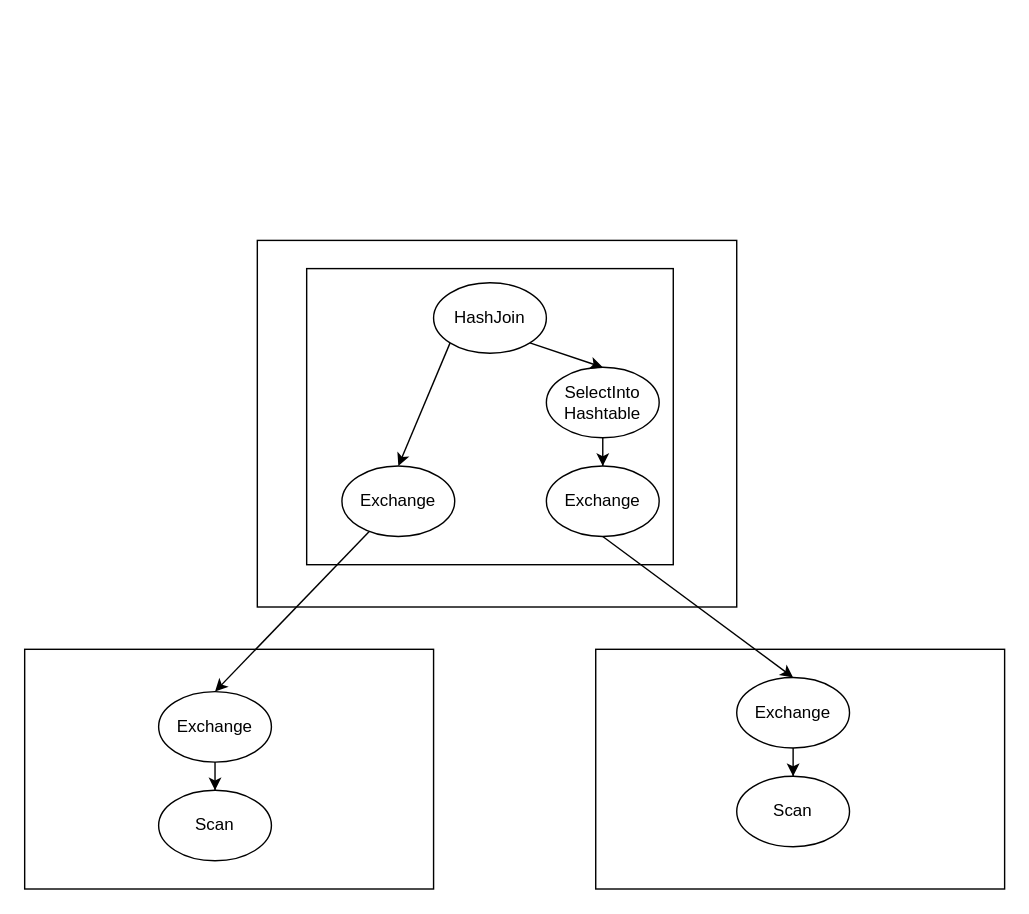
The draw.io diagram pic/未命名绘图.drawio in KaiSongXie/drawio, before the edit. Source tidied: cells renumbered, new cells numbered last; positions are measured from the earlier drawing's top-left corner, leaving out a move shared by most shapes. Both pictures are drawn from the tidied source at 141%, with x=0, y=0 at pixel (24, 240).
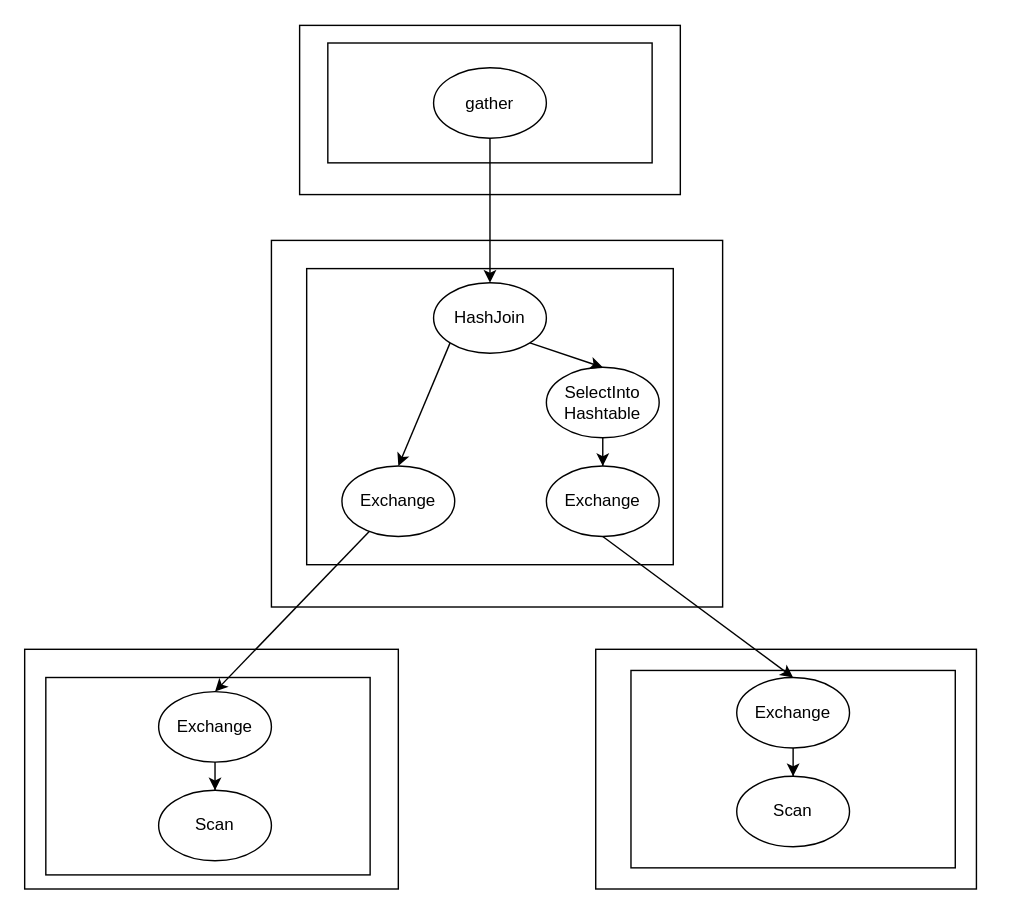
Above is the later version.

Unchanged cells that the change refers to:
```xml
<mxCell id="7" value="Exchange" style="ellipse;whiteSpace=wrap;html=1;" parent="1" vertex="1">
  <mxGeometry x="225" y="160" width="80" height="50" as="geometry" />
</mxCell>
<mxCell id="12" value="HashJoin" style="ellipse;whiteSpace=wrap;html=1;" parent="1" vertex="1">
  <mxGeometry x="290" y="30" width="80" height="50" as="geometry" />
</mxCell>
<mxCell id="16" value="Exchange" style="ellipse;whiteSpace=wrap;html=1;" parent="1" vertex="1">
  <mxGeometry x="95" y="320" width="80" height="50" as="geometry" />
</mxCell>
```

Diff of the diagram source:
```diff
@@
     <mxCell id="2" style="rounded=0;whiteSpace=wrap;html=1;" parent="1" vertex="1">
-      <mxGeometry x="405" y="290" width="290" height="170" as="geometry" />
+      <mxGeometry x="405" y="290" width="270" height="170" as="geometry" />
     </mxCell>
+    <mxCell id="21" style="rounded=0;whiteSpace=wrap;html=1;" parent="1" vertex="1">
+      <mxGeometry x="430" y="305" width="230" height="140" as="geometry" />
+    </mxCell>
     <mxCell id="3" style="rounded=0;whiteSpace=wrap;html=1;" parent="1" vertex="1">
-      <mxGeometry y="290" width="290" height="170" as="geometry" />
+      <mxGeometry y="290" width="265" height="170" as="geometry" />
     </mxCell>
     <mxCell id="4" style="rounded=0;whiteSpace=wrap;html=1;" parent="1" vertex="1">
-      <mxGeometry x="165" width="340" height="260" as="geometry" />
+      <mxGeometry x="175" width="320" height="260" as="geometry" />
     </mxCell>
@@
-    <mxCell id="6" style="rounded=0;jettySize=auto;html=1;entryX=0.5;entryY=0;entryDx=0;entryDy=0;" parent="1" edge="1" source="7" target="16">
-      <mxGeometry relative="1" as="geometry" />
-    </mxCell>
@@
+    <mxCell id="22" style="rounded=0;whiteSpace=wrap;html=1;" parent="1" vertex="1">
+      <mxGeometry x="15" y="310" width="230" height="140" as="geometry" />
+    </mxCell>
+    <mxCell id="6" style="rounded=0;jettySize=auto;html=1;entryX=0.5;entryY=0;entryDx=0;entryDy=0;" parent="1" edge="1" source="7" target="16">
+      <mxGeometry relative="1" as="geometry" />
+    </mxCell>
@@
+    <mxCell id="23" style="rounded=0;whiteSpace=wrap;html=1;" parent="1" vertex="1">
+      <mxGeometry x="195" y="-152.5" width="270" height="120" as="geometry" />
+    </mxCell>
+    <mxCell id="24" style="rounded=0;whiteSpace=wrap;html=1;" parent="1" vertex="1">
+      <mxGeometry x="215" y="-140" width="230" height="85" as="geometry" />
+    </mxCell>
+    <mxCell id="25" style="edgeStyle=orthogonalEdgeStyle;rounded=0;jettySize=auto;html=1;" parent="1" edge="1" source="26" target="12">
+      <mxGeometry relative="1" as="geometry" />
+    </mxCell>
+    <mxCell id="26" value="gather" style="ellipse;whiteSpace=wrap;html=1;" parent="1" vertex="1">
+      <mxGeometry x="290" y="-122.5" width="80" height="50" as="geometry" />
+    </mxCell>
```
